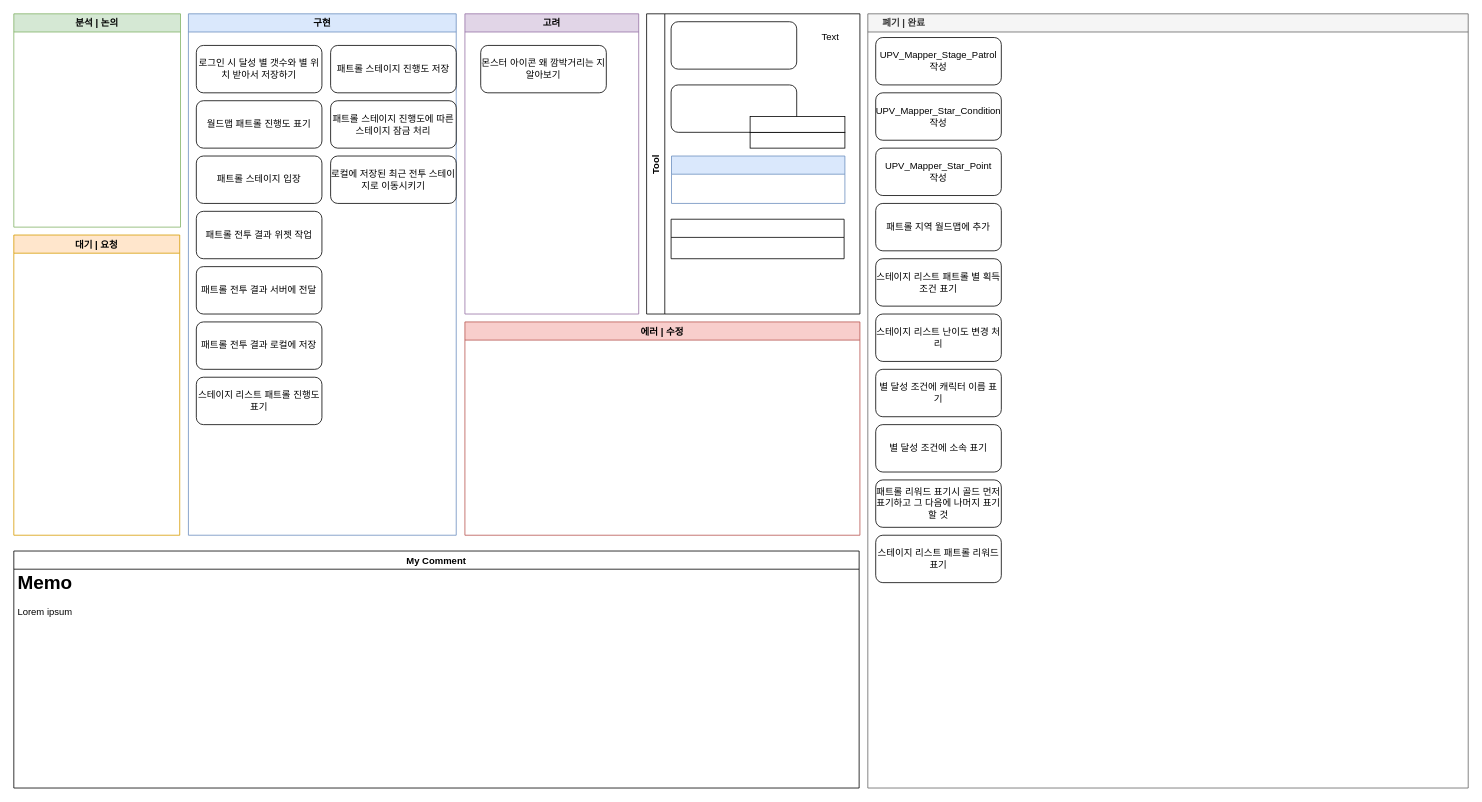
Above: 반복 스테이지 진행상황.drawio in Endorr/Job-Board (draw.io), before the change. Source tidied: cells renumbered, new cells numbered last; positions are measured from the earlier drawing's top-left corner, leaving out a move shared by most shapes. Both pictures are drawn from the tidied source at 79%, with x=0, y=0 at pixel (13, 13).
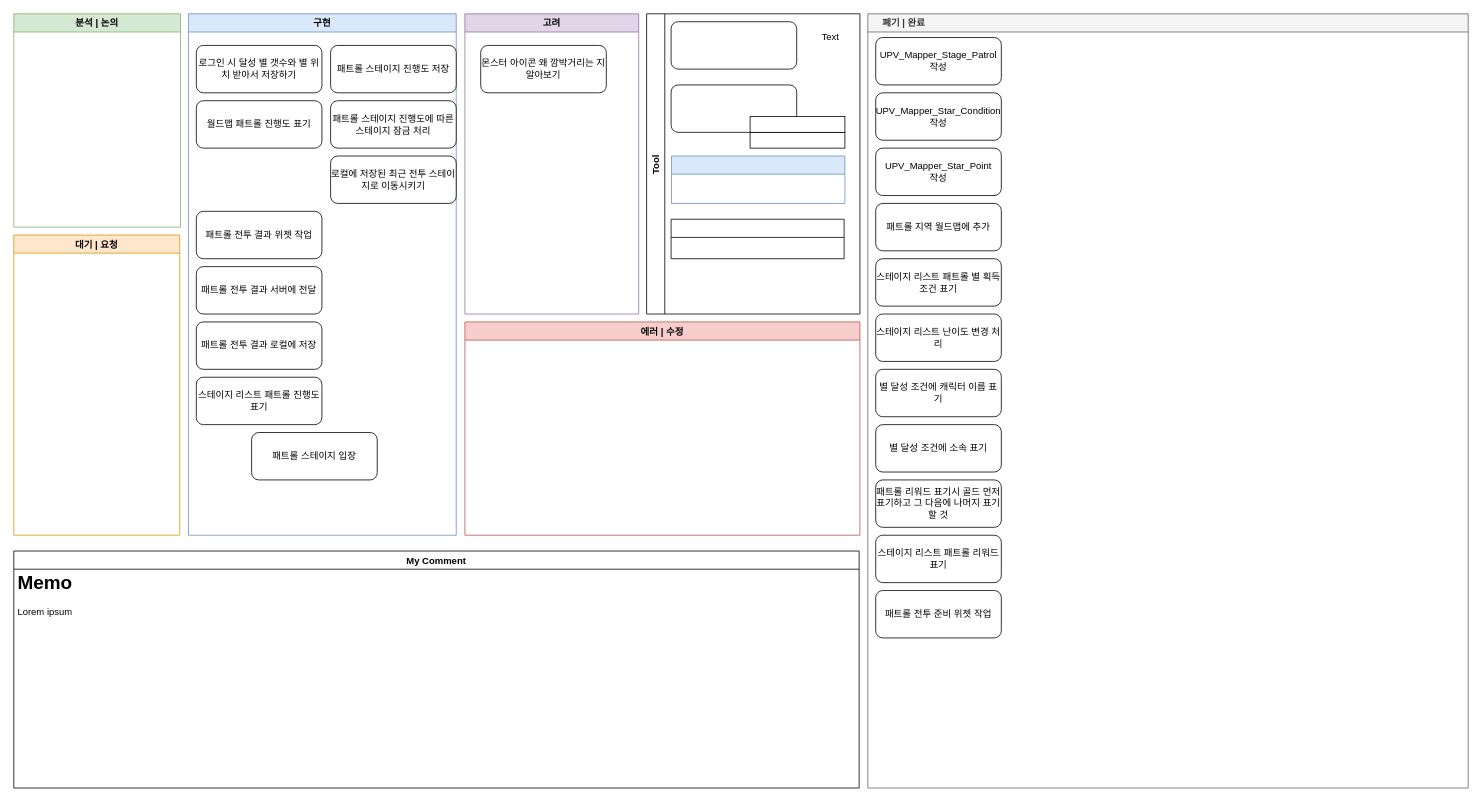
After the change.

Commit message:
Update 반복 스테이지 진행상황.drawio

Unchanged cells that the change refers to:
```xml
<mxCell id="2" value="구현" style="swimlane;fillColor=#dae8fc;strokeColor=#6c8ebf;" parent="1" vertex="1">
  <mxGeometry x="221" width="339" height="660" as="geometry" />
</mxCell>
<mxCell id="18" value="     폐기 | 완료" style="swimlane;strokeColor=#666666;fillColor=#f5f5f5;fontColor=#333333;align=left;" parent="1" vertex="1">
  <mxGeometry x="1081" width="760" height="980" as="geometry" />
</mxCell>
```

Change to the diagram source:
```diff
@@
     <mxCell id="3" value="패트롤 스테이지 입장" style="rounded=1;whiteSpace=wrap;html=1;" parent="2" vertex="1">
-      <mxGeometry x="10" y="180" width="159" height="60" as="geometry" />
+      <mxGeometry x="80" y="530" width="159" height="60" as="geometry" />
     </mxCell>
@@
+    <mxCell id="40" value="패트롤 전투 준비 위젯 작업" style="rounded=1;whiteSpace=wrap;html=1;" parent="18" vertex="1">
+      <mxGeometry x="10" y="730" width="159" height="60" as="geometry" />
+    </mxCell>
```
